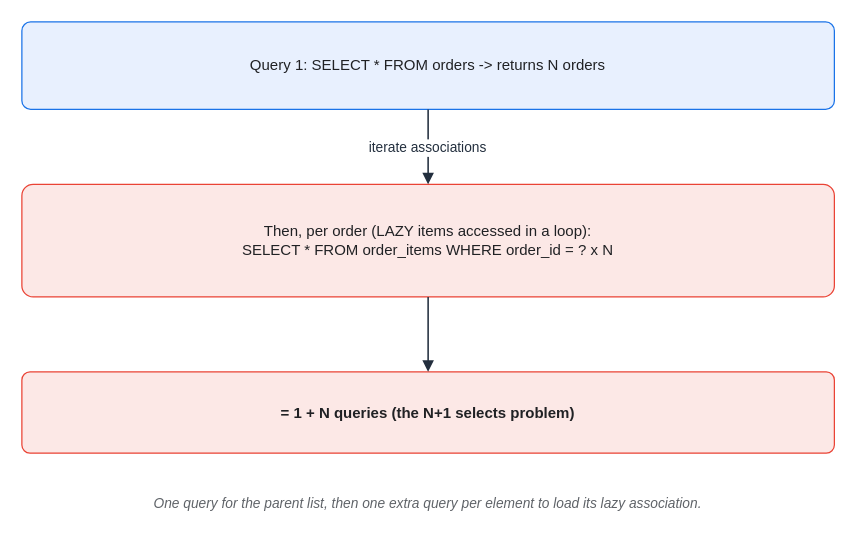
Earlier version of the draw.io diagram assets/img/spring/spring-19-n-plus-1.drawio (KKamJi98/kkamji98.github.io). Source tidied: cells renumbered, new cells numbered last; positions are measured from the earlier drawing's top-left corner, leaving out a move shared by most shapes. Both pictures are drawn from the tidied source at 125%, with x=0, y=0 at pixel (21, 21).
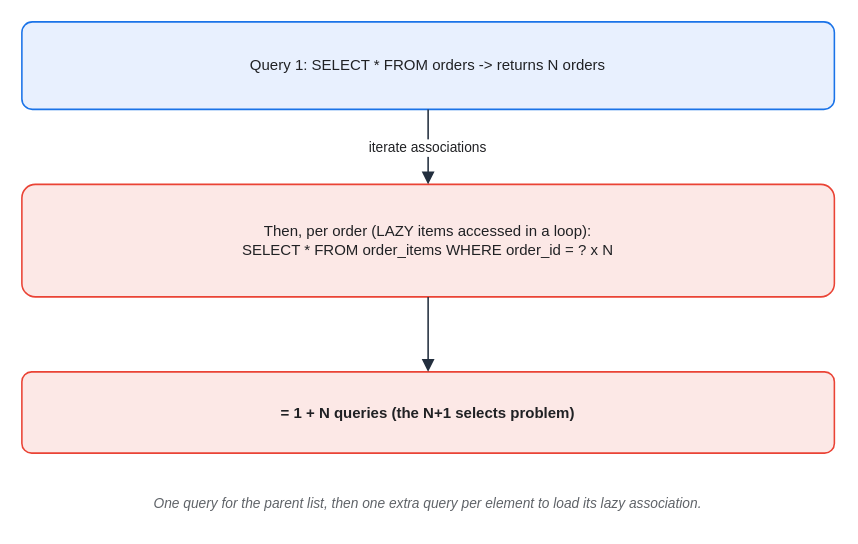
Above is the later version.

Change to the diagram source:
```diff
@@
 <mxGraphModel background="#FFFFFF">
   <root>
     <mxCell id="0" />
     <mxCell id="1" parent="0" />
-    <mxCell id="2" value="Query 1:  SELECT * FROM orders   -&gt;   returns N orders" style="rounded=1;whiteSpace=wrap;html=0;arcSize=10;shadow=0;fillColor=#E8F0FE;strokeColor=#1A73E8;fontColor=#202124;" parent="1" vertex="1">
+    <mxCell id="2" value="Query 1:  SELECT * FROM orders   -&gt;   returns N orders" style="rounded=1;whiteSpace=wrap;html=0;arcSize=12;shadow=0;fillColor=#E8F0FE;strokeColor=#1A73E8;fontColor=#202124;strokeWidth=1.25;" parent="1" vertex="1">
       <mxGeometry width="650" height="70" as="geometry" />
     </mxCell>
-    <mxCell id="3" value="Then, per order (LAZY items accessed in a loop):&#10;SELECT * FROM order_items WHERE order_id = ?   x N" style="rounded=1;whiteSpace=wrap;html=0;arcSize=10;shadow=0;fillColor=#FCE8E6;strokeColor=#EA4335;fontColor=#202124;" parent="1" vertex="1">
+    <mxCell id="3" value="Then, per order (LAZY items accessed in a loop):&#10;SELECT * FROM order_items WHERE order_id = ?   x N" style="rounded=1;whiteSpace=wrap;html=0;arcSize=12;shadow=0;fillColor=#FCE8E6;strokeColor=#EA4335;fontColor=#202124;strokeWidth=1.25;" parent="1" vertex="1">
       <mxGeometry y="130" width="650" height="90" as="geometry" />
     </mxCell>
-    <mxCell id="4" value="= 1 + N queries  (the N+1 selects problem)" style="rounded=1;whiteSpace=wrap;html=0;arcSize=10;shadow=0;fillColor=#FCE8E6;strokeColor=#EA4335;fontColor=#202124;fontStyle=1;" parent="1" vertex="1">
+    <mxCell id="4" value="= 1 + N queries  (the N+1 selects problem)" style="rounded=1;whiteSpace=wrap;html=0;arcSize=12;shadow=0;fillColor=#FCE8E6;strokeColor=#EA4335;fontColor=#202124;fontStyle=1;strokeWidth=1.25;" parent="1" vertex="1">
       <mxGeometry y="280" width="650" height="65" as="geometry" />
     </mxCell>
-    <mxCell id="5" value="iterate associations" style="edgeStyle=orthogonalEdgeStyle;rounded=1;html=0;endArrow=block;strokeColor=#232F3E;fontColor=#232F3E;labelBackgroundColor=#FFFFFF;strokeWidth=1.25;" parent="1" edge="1" source="2" target="3">
+    <mxCell id="5" value="iterate associations" style="edgeStyle=orthogonalEdgeStyle;rounded=1;html=0;endArrow=block;strokeColor=#232F3E;fontColor=#202124;labelBackgroundColor=#FFFFFF;strokeWidth=1.25;endSize=7;" parent="1" edge="1" source="2" target="3">
       <mxGeometry relative="1" as="geometry" />
     </mxCell>
-    <mxCell id="6" style="edgeStyle=orthogonalEdgeStyle;rounded=1;html=0;endArrow=block;strokeColor=#232F3E;strokeWidth=1.25;" parent="1" edge="1" source="3" target="4">
+    <mxCell id="6" style="edgeStyle=orthogonalEdgeStyle;rounded=1;html=0;endArrow=block;strokeColor=#232F3E;strokeWidth=1.25;endSize=7;fontColor=#202124;" parent="1" edge="1" source="3" target="4">
       <mxGeometry relative="1" as="geometry" />
     </mxCell>
     <mxCell id="7" value="One query for the parent list, then one extra query per element to load its lazy association." style="text;html=0;align=center;verticalAlign=middle;whiteSpace=wrap;fontSize=11;fontColor=#5F6368;fontStyle=2;" parent="1" vertex="1">
       <mxGeometry y="370" width="650" height="30" as="geometry" />
     </mxCell>
   </root>
 </mxGraphModel>
```
